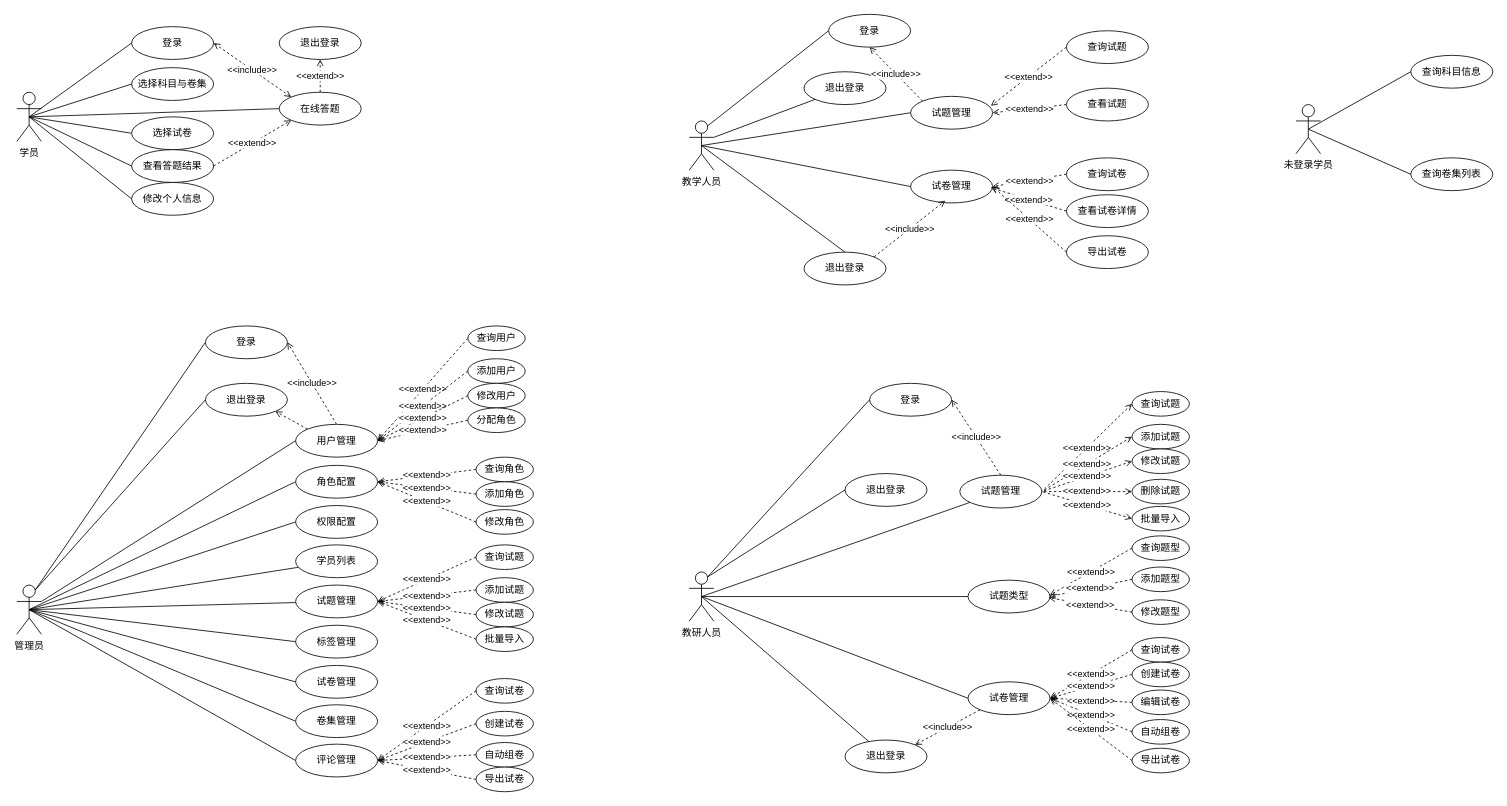
The draw.io diagram page "功能需求用例图" (17 of 18) of 题库E-R.drawio in ChenLiheng/question-project, before the edit. Source tidied: cells renumbered, new cells numbered last; positions are measured from the earlier drawing's top-left corner, leaving out a move shared by most shapes. Both pictures are drawn from the tidied source at 82%, with x=0, y=0 at pixel (16, 14).
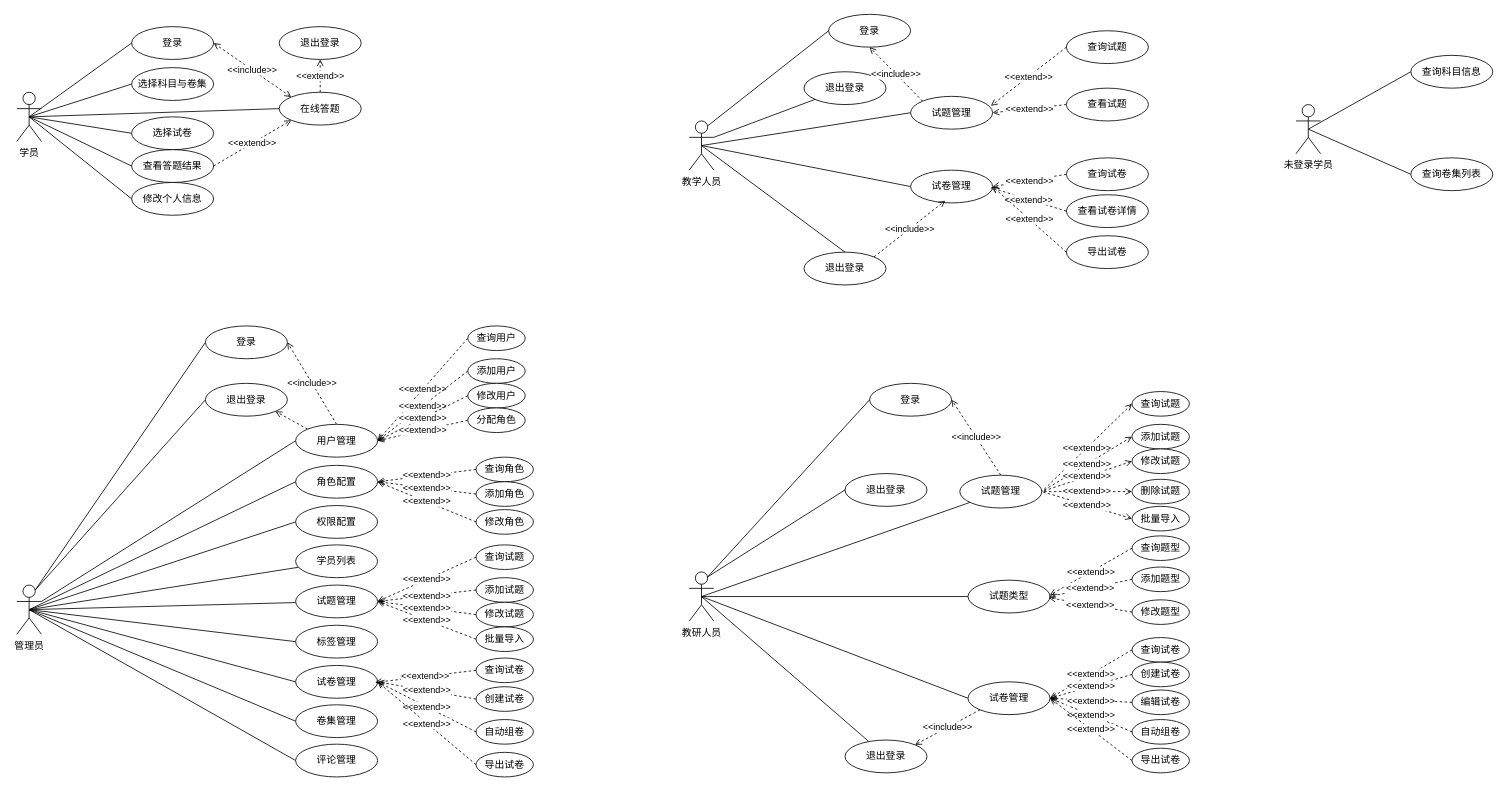
The same page after the edit.

The change refers to these unchanged cells:
```xml
<mxCell id="96" value="试卷管理" style="ellipse;whiteSpace=wrap;html=1;" parent="1" vertex="1">
  <mxGeometry x="340" y="794" width="100" height="40" as="geometry" />
</mxCell>
<mxCell id="98" value="评论管理" style="ellipse;whiteSpace=wrap;html=1;" parent="1" vertex="1">
  <mxGeometry x="340" y="890" width="100" height="40" as="geometry" />
</mxCell>
```

Change to the diagram source:
```diff
@@
-    <mxCell id="121" value="&amp;lt;&amp;lt;extend&amp;gt;&amp;gt;" style="rounded=0;jettySize=auto;html=1;exitX=0;exitY=0.5;exitDx=0;exitDy=0;entryX=1;entryY=0.5;entryDx=0;entryDy=0;endArrow=open;endFill=0;dashed=1;startArrow=none;startFill=0;" parent="1" edge="1" source="122" target="98">
+    <mxCell id="121" value="&amp;lt;&amp;lt;extend&amp;gt;&amp;gt;" style="rounded=0;jettySize=auto;html=1;exitX=0;exitY=0.5;exitDx=0;exitDy=0;endArrow=open;endFill=0;dashed=1;startArrow=none;startFill=0;entryX=0.968;entryY=0.519;entryDx=0;entryDy=0;entryPerimeter=0;" parent="1" edge="1" source="122" target="96">
       <mxGeometry relative="1" as="geometry" />
     </mxCell>
     <mxCell id="122" value="查询试卷" style="ellipse;whiteSpace=wrap;html=1;" parent="1" vertex="1">
-      <mxGeometry x="560" y="810" width="70" height="30" as="geometry" />
+      <mxGeometry x="560" y="785" width="70" height="30" as="geometry" />
     </mxCell>
-    <mxCell id="123" value="&amp;lt;&amp;lt;extend&amp;gt;&amp;gt;" style="rounded=0;jettySize=auto;html=1;exitX=0;exitY=0.5;exitDx=0;exitDy=0;endArrow=open;endFill=0;dashed=1;startArrow=none;startFill=0;" parent="1" edge="1" source="124">
-      <mxGeometry relative="1" as="geometry">
-        <mxPoint x="440" y="910" as="targetPoint" />
-      </mxGeometry>
+    <mxCell id="123" value="&amp;lt;&amp;lt;extend&amp;gt;&amp;gt;" style="rounded=0;jettySize=auto;html=1;exitX=0;exitY=0.5;exitDx=0;exitDy=0;endArrow=open;endFill=0;dashed=1;startArrow=none;startFill=0;entryX=1;entryY=0.5;entryDx=0;entryDy=0;" parent="1" edge="1" source="124" target="96">
+      <mxGeometry relative="1" as="geometry" />
     </mxCell>
     <mxCell id="124" value="创建试卷" style="ellipse;whiteSpace=wrap;html=1;" parent="1" vertex="1">
-      <mxGeometry x="560" y="850" width="70" height="30" as="geometry" />
+      <mxGeometry x="560" y="820" width="70" height="30" as="geometry" />
     </mxCell>
-    <mxCell id="125" value="&amp;lt;&amp;lt;extend&amp;gt;&amp;gt;" style="rounded=0;jettySize=auto;html=1;exitX=0;exitY=0.5;exitDx=0;exitDy=0;entryX=1;entryY=0.5;entryDx=0;entryDy=0;endArrow=open;endFill=0;dashed=1;startArrow=none;startFill=0;" parent="1" edge="1" source="126" target="98">
+    <mxCell id="125" value="&amp;lt;&amp;lt;extend&amp;gt;&amp;gt;" style="rounded=0;jettySize=auto;html=1;exitX=0;exitY=0.5;exitDx=0;exitDy=0;entryX=1;entryY=0.5;entryDx=0;entryDy=0;endArrow=open;endFill=0;dashed=1;startArrow=none;startFill=0;" parent="1" edge="1" source="126" target="96">
       <mxGeometry relative="1" as="geometry" />
     </mxCell>
     <mxCell id="126" value="自动组卷" style="ellipse;whiteSpace=wrap;html=1;" parent="1" vertex="1">
-      <mxGeometry x="560" y="888" width="70" height="30" as="geometry" />
+      <mxGeometry x="560" y="860" width="70" height="30" as="geometry" />
     </mxCell>
-    <mxCell id="127" value="&amp;lt;&amp;lt;extend&amp;gt;&amp;gt;" style="rounded=0;jettySize=auto;html=1;exitX=0;exitY=0.5;exitDx=0;exitDy=0;endArrow=open;endFill=0;dashed=1;startArrow=none;startFill=0;" parent="1" edge="1" source="128">
-      <mxGeometry relative="1" as="geometry">
-        <mxPoint x="440" y="910" as="targetPoint" />
-      </mxGeometry>
+    <mxCell id="127" value="&amp;lt;&amp;lt;extend&amp;gt;&amp;gt;" style="rounded=0;jettySize=auto;html=1;exitX=0;exitY=0.5;exitDx=0;exitDy=0;endArrow=open;endFill=0;dashed=1;startArrow=none;startFill=0;entryX=1;entryY=0.5;entryDx=0;entryDy=0;" parent="1" edge="1" source="128" target="96">
+      <mxGeometry relative="1" as="geometry" />
     </mxCell>
     <mxCell id="128" value="导出试卷" style="ellipse;whiteSpace=wrap;html=1;" parent="1" vertex="1">
-      <mxGeometry x="560" y="918" width="70" height="30" as="geometry" />
+      <mxGeometry x="560" y="900" width="70" height="30" as="geometry" />
     </mxCell>
```
